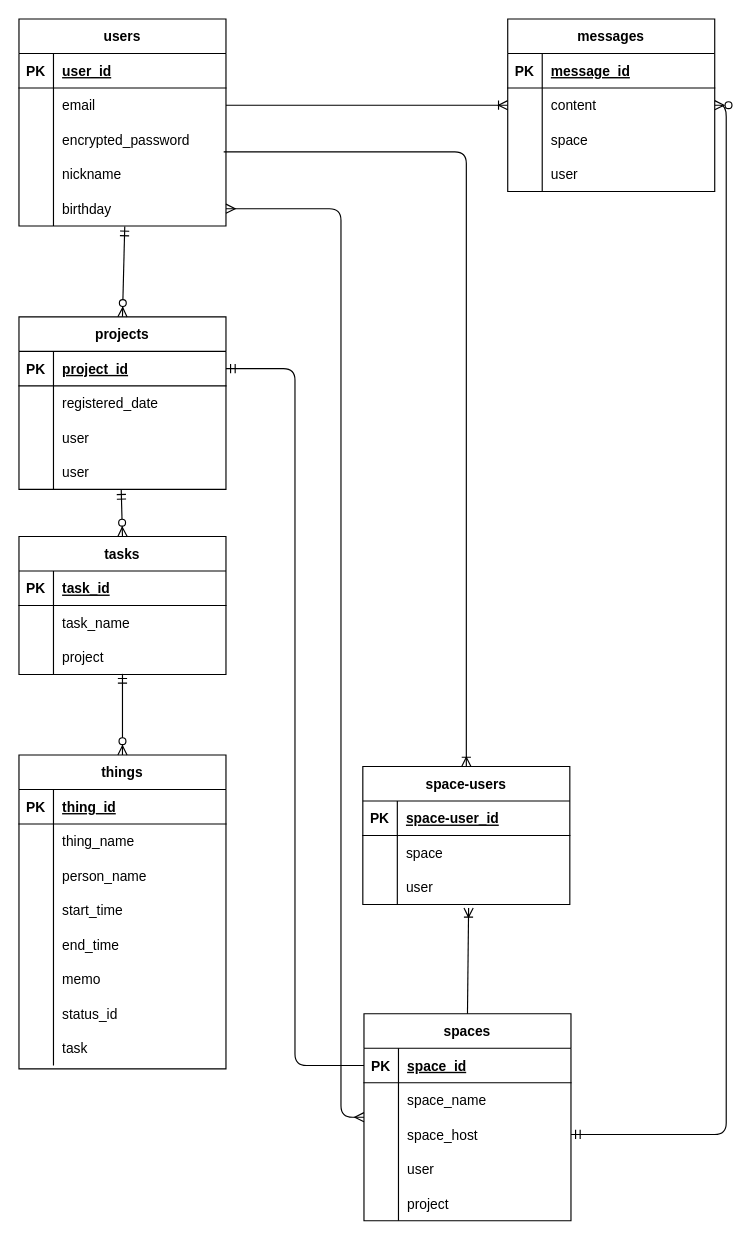
sora-site/tododbd keeps this draw.io diagram as tododbd.dio. Above is the earlier version. Source tidied: cells renumbered, new cells numbered last; positions are measured from the earlier drawing's top-left corner, leaving out a move shared by most shapes. Both pictures are drawn from the tidied source at 115%, with x=0, y=0 at pixel (18, 18).
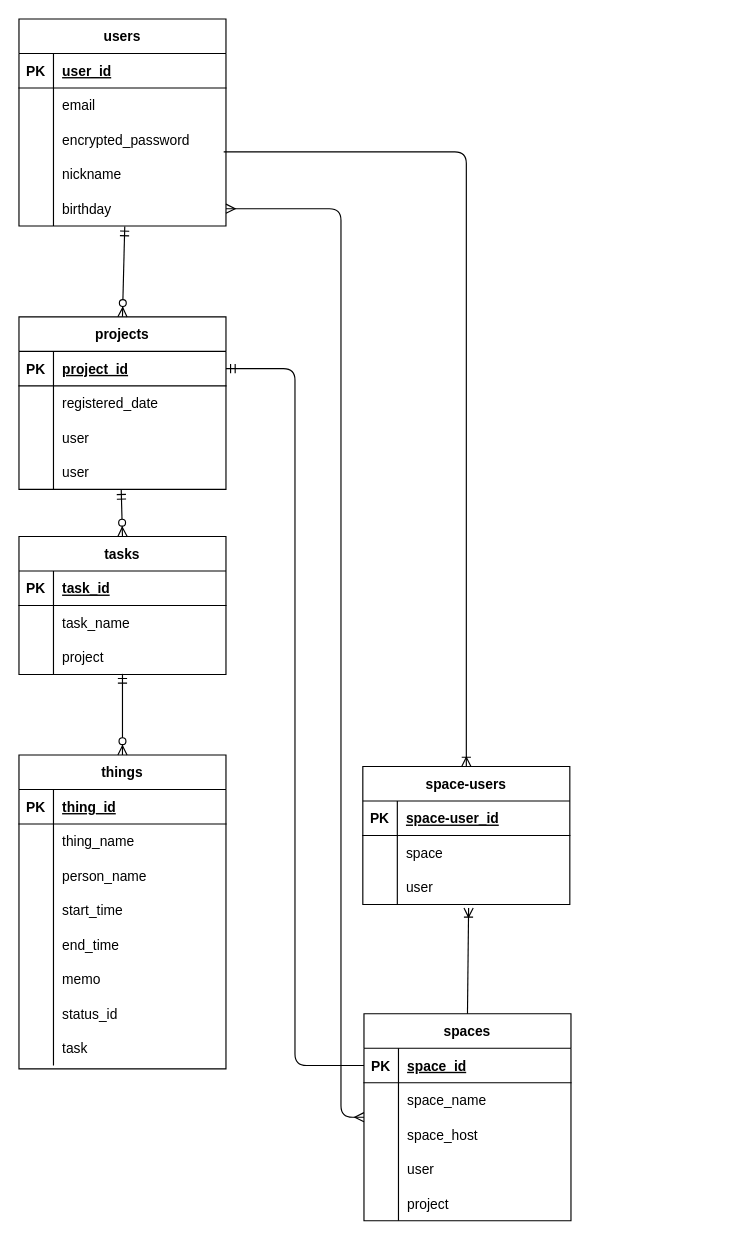
The same diagram, later.

Unchanged cells that the change refers to:
```xml
<mxCell id="31" style="shape=tableRow;horizontal=0;startSize=0;swimlaneHead=0;swimlaneBody=0;fillColor=none;points=[[0,0.5],[1,0.5]];portConstraint=eastwest;top=0;left=0;right=0;bottom=0;" parent="27" vertex="1">
  <mxGeometry y="60" width="180" height="30" as="geometry" />
</mxCell>
<mxCell id="76" style="shape=tableRow;horizontal=0;startSize=0;swimlaneHead=0;swimlaneBody=0;fillColor=none;points=[[0,0.5],[1,0.5]];portConstraint=eastwest;top=0;left=0;right=0;bottom=0;" parent="69" vertex="1">
  <mxGeometry y="90" width="180" height="30" as="geometry" />
</mxCell>
```

The edit, as a diff of the source:
```diff
@@
-    <mxCell id="43" value="messages" style="shape=table;startSize=30;childLayout=tableLayout;rowLines=0;fontStyle=1;align=center;" parent="1" vertex="1">
-      <mxGeometry x="425" width="180" height="150" as="geometry" />
-    </mxCell>
-    <mxCell id="44" style="shape=tableRow;horizontal=0;startSize=0;swimlaneHead=0;swimlaneBody=0;fillColor=none;top=0;left=0;right=0;bottom=1;" parent="43" vertex="1">
-      <mxGeometry y="30" width="180" height="30" as="geometry" />
-    </mxCell>
-    <mxCell id="45" value="PK" style="shape=partialRectangle;fillColor=none;top=0;left=0;bottom=0;right=0;fontStyle=1;overflow=hidden;" parent="44" vertex="1">
-      <mxGeometry width="30" height="30" as="geometry" />
-    </mxCell>
-    <mxCell id="46" value="message_id" style="shape=partialRectangle;fillColor=none;top=0;left=0;bottom=0;right=0;align=left;spacingLeft=6;fontStyle=5;overflow=hidden;" parent="44" vertex="1">
-      <mxGeometry x="30" width="150" height="30" as="geometry" />
-    </mxCell>
-    <mxCell id="47" style="shape=tableRow;horizontal=0;startSize=0;swimlaneHead=0;swimlaneBody=0;fillColor=none;points=[[0,0.5],[1,0.5]];portConstraint=eastwest;top=0;left=0;right=0;bottom=0;" parent="43" vertex="1">
-      <mxGeometry y="60" width="180" height="30" as="geometry" />
-    </mxCell>
-    <mxCell id="48" style="shape=partialRectangle;fillColor=none;top=0;left=0;bottom=0;right=0;overflow=hidden;" parent="47" vertex="1">
-      <mxGeometry width="30" height="30" as="geometry" />
-    </mxCell>
-    <mxCell id="49" value="content" style="shape=partialRectangle;fillColor=none;top=0;left=0;bottom=0;right=0;align=left;spacingLeft=6;overflow=hidden;" parent="47" vertex="1">
-      <mxGeometry x="30" width="150" height="30" as="geometry" />
-    </mxCell>
-    <mxCell id="50" style="shape=tableRow;horizontal=0;startSize=0;swimlaneHead=0;swimlaneBody=0;fillColor=none;top=0;left=0;right=0;bottom=0;" parent="43" vertex="1">
-      <mxGeometry y="90" width="180" height="30" as="geometry" />
-    </mxCell>
-    <mxCell id="51" style="shape=partialRectangle;fillColor=none;top=0;left=0;bottom=0;right=0;overflow=hidden;" parent="50" vertex="1">
-      <mxGeometry width="30" height="30" as="geometry" />
-    </mxCell>
-    <mxCell id="52" value="space" style="shape=partialRectangle;fillColor=none;top=0;left=0;bottom=0;right=0;align=left;spacingLeft=6;overflow=hidden;" parent="50" vertex="1">
-      <mxGeometry x="30" width="150" height="30" as="geometry" />
-    </mxCell>
-    <mxCell id="53" style="shape=tableRow;horizontal=0;startSize=0;swimlaneHead=0;swimlaneBody=0;fillColor=none;top=0;left=0;right=0;bottom=0;" parent="43" vertex="1">
-      <mxGeometry y="120" width="180" height="30" as="geometry" />
-    </mxCell>
-    <mxCell id="54" style="shape=partialRectangle;fillColor=none;top=0;left=0;bottom=0;right=0;overflow=hidden;" parent="53" vertex="1">
-      <mxGeometry width="30" height="30" as="geometry" />
-    </mxCell>
-    <mxCell id="55" value="user" style="shape=partialRectangle;fillColor=none;top=0;left=0;bottom=0;right=0;align=left;spacingLeft=6;overflow=hidden;" parent="53" vertex="1">
-      <mxGeometry x="30" width="150" height="30" as="geometry" />
-    </mxCell>
@@
-    <mxCell id="57" style="edgeStyle=entityRelationEdgeStyle;fontSize=12;html=1;endArrow=ERoneToMany;entryX=0;entryY=0.5;entryDx=0;entryDy=0;exitX=1;exitY=0.5;exitDx=0;exitDy=0;" parent="1" edge="1" source="31" target="47">
-      <mxGeometry relative="1" as="geometry" />
-    </mxCell>
@@
-    <mxCell id="113" style="fontSize=12;html=1;endArrow=ERzeroToMany;startArrow=ERmandOne;exitX=1;exitY=0.5;exitDx=0;exitDy=0;entryX=1;entryY=0.5;entryDx=0;entryDy=0;edgeStyle=orthogonalEdgeStyle;" parent="1" edge="1" source="76" target="47">
-      <mxGeometry relative="1" as="geometry" />
-    </mxCell>
```
